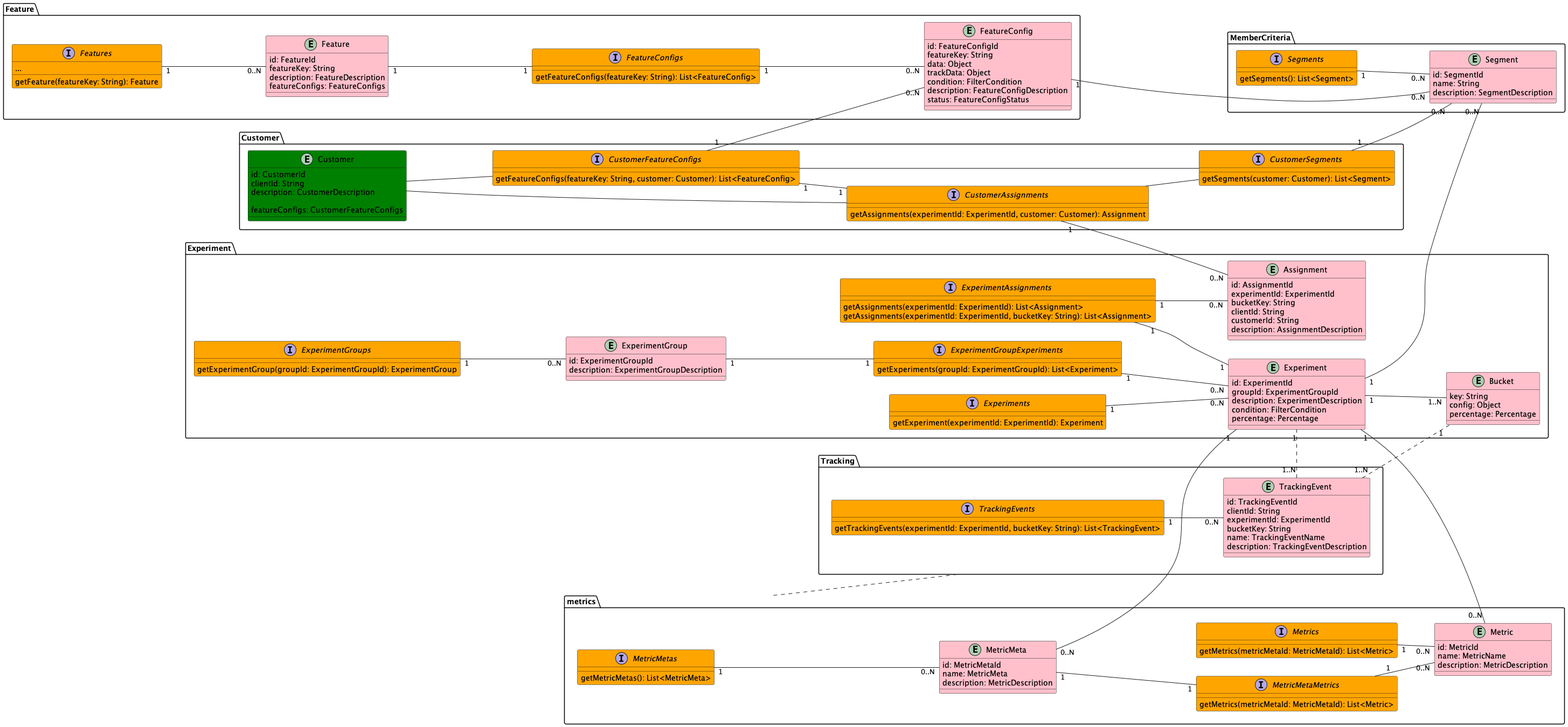
Earlier version of the PlantUML export resource/domain.png (AB-TW/ABstract).
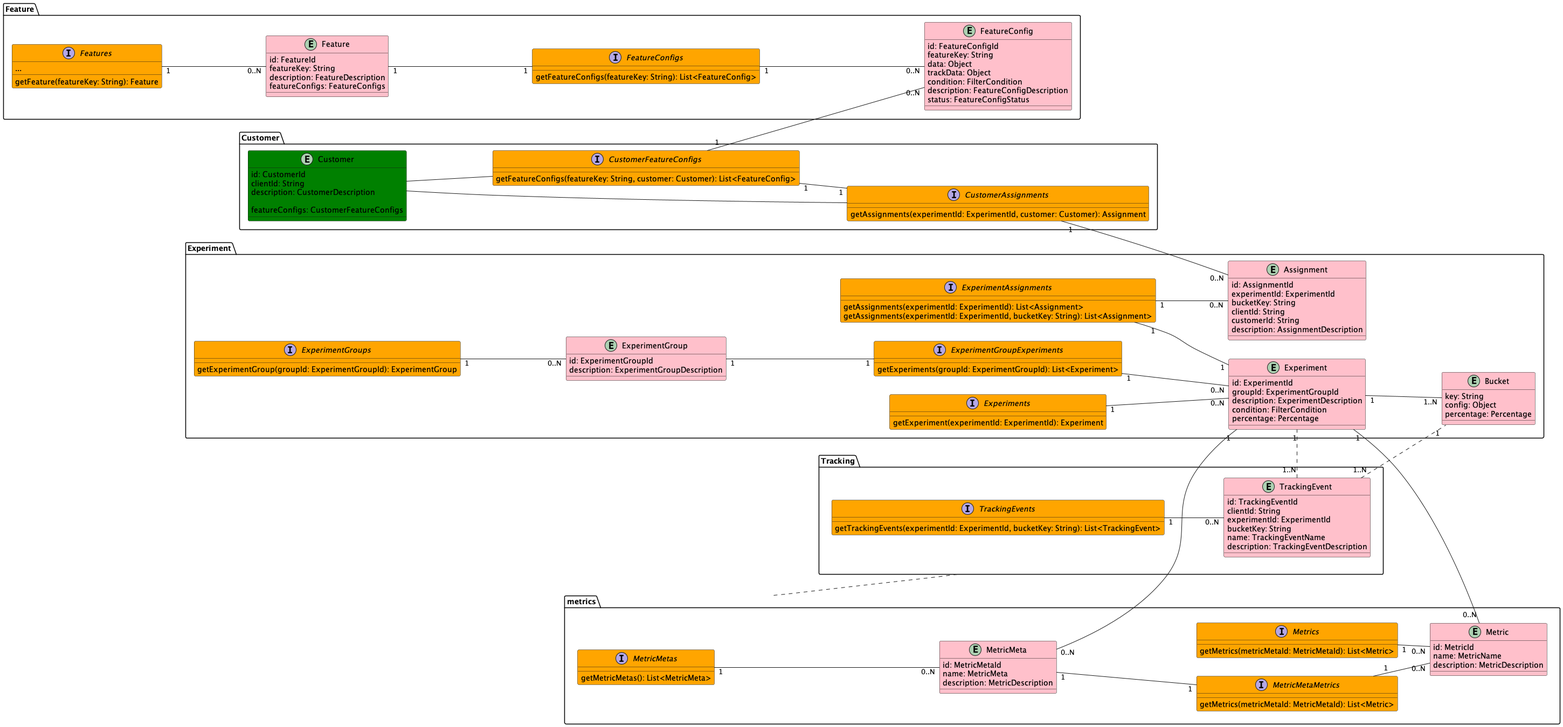
Above is the later version.

Change to the diagram source:
```diff
@@ -146,20 +146,6 @@
 
 }
 
-package MemberCriteria {
-    entity Segment #pink {
-        id: SegmentId
-        name: String
-        description: SegmentDescription
-    }
-
-    interface Segments #Orange {
-        getSegments(): List<Segment>
-    }
-
-    Segments "1" -- "0..N" Segment
-}
-
 package "Customer" {
     entity Customer #Green {
         id: CustomerId
@@ -172,9 +158,7 @@
     interface CustomerFeatureConfigs #Orange {
                 getFeatureConfigs(featureKey: String, customer: Customer): List<FeatureConfig>
             }
-    interface CustomerSegments #Orange {
-        getSegments(customer: Customer): List<Segment>
-    }
+
 
     interface CustomerAssignments #Orange {
                 getAssignments(experimentId: ExperimentId, customer: Customer): Assignment
@@ -184,16 +168,10 @@
     Customer -- CustomerAssignments
     CustomerFeatureConfigs "1" -- "0..N" FeatureConfig
     CustomerAssignments "1" -- "0..N" Assignment
-    CustomerAssignments -- CustomerSegments
-    CustomerFeatureConfigs -- CustomerSegments
     CustomerFeatureConfigs "1" -- "1" CustomerAssignments
-    CustomerSegments "1" -- "0..N" Segment
-
 }
 
 Experiment "1" -- "0..N" MetricMeta
 Experiment "1" -- "0..N" Metric
-Experiment "1" -- "0..N" Segment
-FeatureConfig "1" -- "0..N" Segment
 "metrics" .. "Tracking"
 @enduml
```
